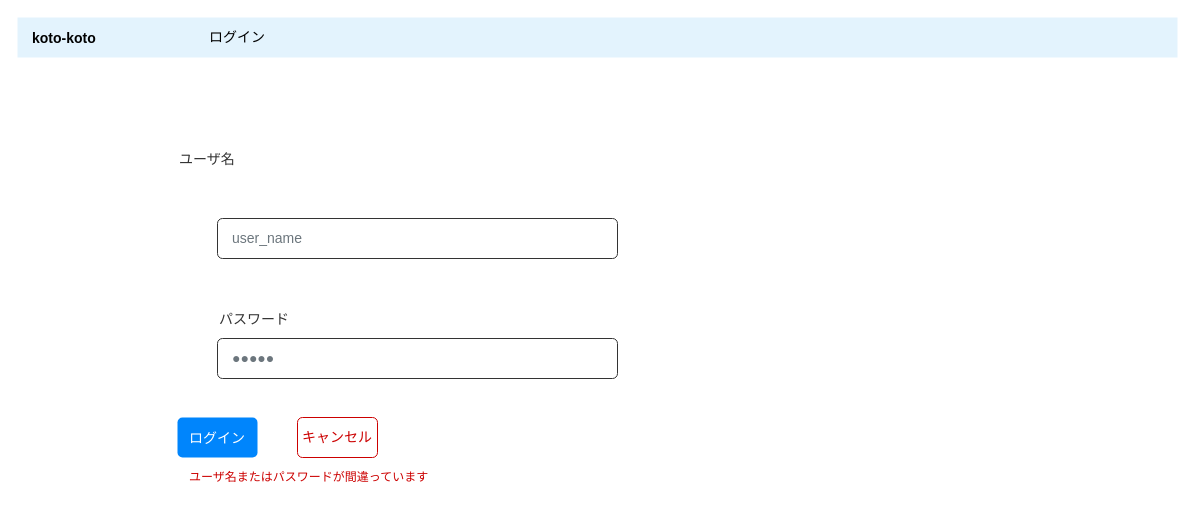
Before: page "ログイン画面" (2 of 5) of 名称未設定ファイル.drawio in omoikanelulu/Three_good_things, a draw.io diagram. Source tidied: cells renumbered, new cells numbered last; positions are measured from the earlier drawing's top-left corner, leaving out a move shared by most shapes. Both pictures are drawn from the tidied source at 100%, with x=0, y=0 at pixel (17, 17).
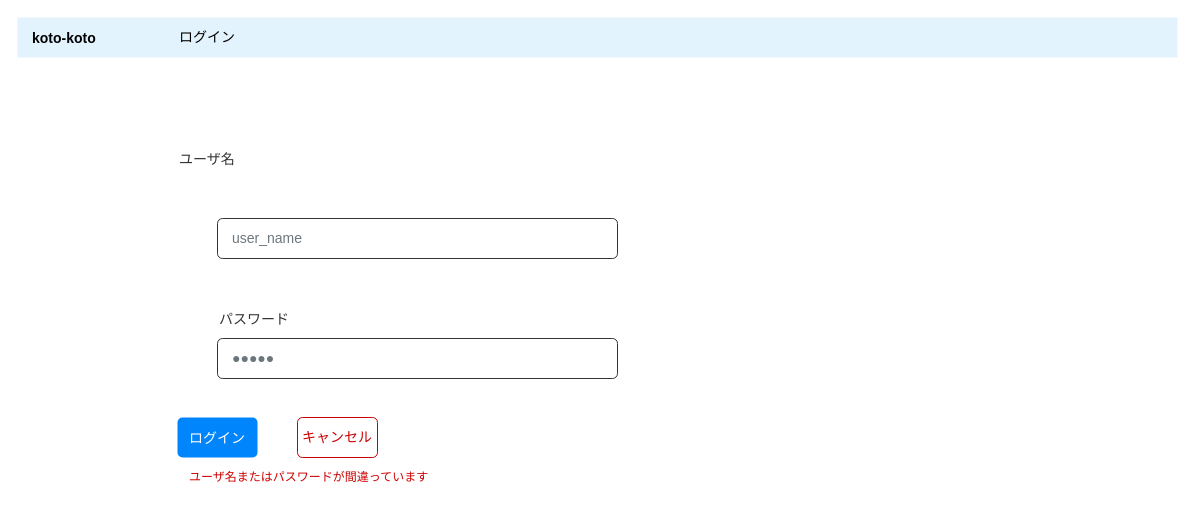
The same page after the edit.

Change to the diagram source:
```diff
@@
 <mxGraphModel background="#ffffff">
   <root>
     <mxCell id="0" />
     <mxCell id="1" parent="0" />
     <mxCell id="2" value="&lt;b style=&quot;color: rgb(0, 0, 0); font-size: 14px; text-align: center;&quot;&gt;koto-koto&lt;/b&gt;" style="html=1;shadow=0;dashed=0;fillColor=#E3F3FD;strokeColor=none;fontSize=16;fontColor=#161819;align=left;spacing=15;" parent="1" vertex="1">
       <mxGeometry width="1160" height="40" as="geometry" />
     </mxCell>
     <mxCell id="3" value="ユーザ名" style="fillColor=none;strokeColor=none;align=left;fontSize=14;fontColor=#333333;" parent="1" vertex="1">
       <mxGeometry x="160" y="121" width="120" height="40" as="geometry" />
     </mxCell>
     <mxCell id="4" value="user_name" style="html=1;shadow=0;dashed=0;shape=mxgraph.bootstrap.rrect;rSize=5;fillColor=none;strokeColor=#333333;align=left;spacing=15;fontSize=14;fontColor=#6C767D;" parent="1" vertex="1">
       <mxGeometry width="400" height="40" relative="1" as="geometry">
         <mxPoint x="200" y="201" as="offset" />
       </mxGeometry>
     </mxCell>
     <mxCell id="5" value="パスワード" style="fillColor=none;strokeColor=none;align=left;fontSize=14;fontColor=#333333;" parent="1" vertex="1">
       <mxGeometry width="120" height="40" relative="1" as="geometry">
         <mxPoint x="200" y="281" as="offset" />
       </mxGeometry>
     </mxCell>
     <mxCell id="6" value="●●●●●" style="html=1;shadow=0;dashed=0;shape=mxgraph.bootstrap.rrect;rSize=5;fillColor=none;strokeColor=#333333;align=left;spacing=15;fontSize=14;fontColor=#6C767D;" parent="1" vertex="1">
       <mxGeometry width="400" height="40" relative="1" as="geometry">
         <mxPoint x="200" y="321" as="offset" />
       </mxGeometry>
     </mxCell>
     <mxCell id="7" value="&lt;font style=&quot;font-size: 12px;&quot;&gt;ユーザ名またはパスワードが間違っています&lt;/font&gt;" style="html=1;shadow=0;dashed=0;shape=mxgraph.bootstrap.rrect;rSize=5;strokeColor=none;strokeWidth=1;fillColor=none;fontColor=#CC0000;whiteSpace=wrap;align=left;verticalAlign=middle;spacingLeft=10;fontSize=12;" parent="1" vertex="1">
       <mxGeometry x="160" y="440" width="400" height="40" as="geometry" />
     </mxCell>
-    <mxCell id="8" value="ログイン" style="html=1;shadow=0;dashed=0;fillColor=none;strokeColor=none;shape=mxgraph.bootstrap.rect;fontColor=#000000;whiteSpace=wrap;fontSize=14;" parent="1" vertex="1">
+    <mxCell id="8" value="ログイン" style="html=1;shadow=0;dashed=0;fillColor=none;strokeColor=none;shape=mxgraph.bootstrap.rect;fontColor=#000000;whiteSpace=wrap;fontSize=14;align=left;" parent="1" vertex="1">
       <mxGeometry x="160" width="120" height="40" as="geometry" />
     </mxCell>
     <mxCell id="9" value="&lt;span style=&quot;font-size: 14px;&quot;&gt;ログイン&lt;/span&gt;" style="html=1;shadow=0;dashed=0;shape=mxgraph.bootstrap.rrect;rSize=5;strokeColor=none;strokeWidth=1;fillColor=#0085FC;fontColor=#FFFFFF;whiteSpace=wrap;align=center;verticalAlign=middle;spacingLeft=0;fontStyle=0;fontSize=16;spacing=5;" parent="1" vertex="1">
       <mxGeometry x="160" y="400" width="80" height="40" as="geometry" />
     </mxCell>
     <mxCell id="10" value="キャンセル" style="html=1;shadow=0;dashed=0;shape=mxgraph.bootstrap.rrect;rSize=5;strokeColor=#CC0000;strokeWidth=1;fillColor=none;fontColor=#CC0000;whiteSpace=wrap;align=center;verticalAlign=middle;spacingLeft=0;fontStyle=0;fontSize=14;spacing=5;" parent="1" vertex="1">
       <mxGeometry x="280" y="400" width="80" height="40" as="geometry" />
     </mxCell>
   </root>
 </mxGraphModel>
```
